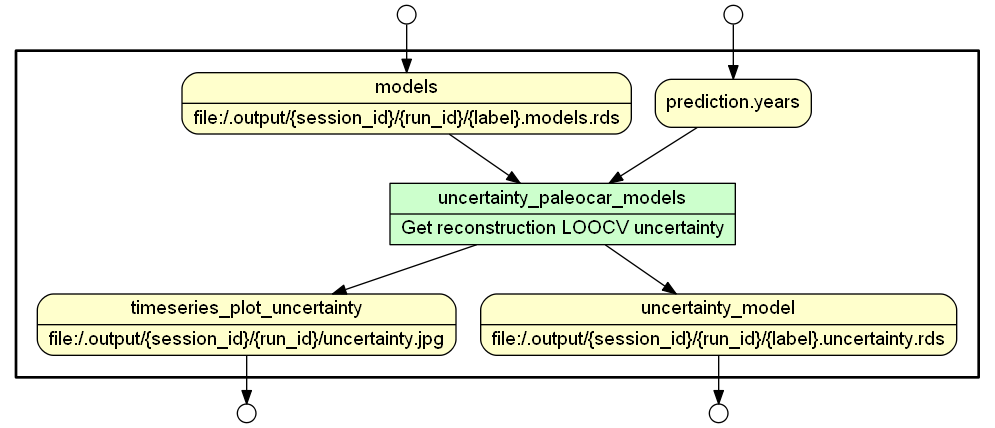
Earlier version of the Graphviz export .prov_scripts/graphs/uncertainty_paleocar_models.png (idaks/wt-prov-Summer-2017). Its source is kept beside it as .prov_scripts/gv_files/uncertainty_paleocar_models.gv.
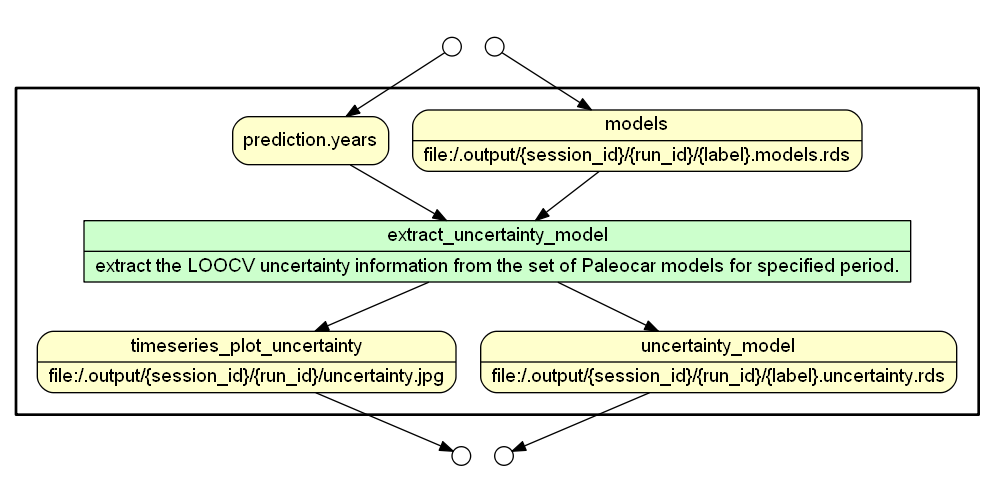
The same diagram one commit later.

What changed in the source:
```diff
@@ -5,24 +5,30 @@
 subgraph cluster_workflow_box_outer { label=""; color=black; penwidth=2
 subgraph cluster_workflow_box_inner { label=""; penwidth=0
 node[shape=box style=filled fillcolor="#CCFFCC" peripheries=1 fontname=Helvetica]
-uncertainty_paleocar_models [shape=record rankdir=LR label="{<f0> uncertainty_paleocar_models |<f1> Get reconstruction LOOCV uncertainty}"];
+extract_uncertainty_model [shape=record rankdir=LR label="{<f0> extract_uncertainty_model |<f1> extract the LOOCV uncertainty information from the set of Paleocar models for specified period.}"];
 node[shape=box style="rounded,filled" fillcolor="#FFFFCC" peripheries=1 fontname=Helvetica]
 timeseries_plot_uncertainty [shape=record rankdir=LR label="{<f0> timeseries_plot_uncertainty |<f1> file\:/.output/\{session_id\}/\{run_id\}/uncertainty.jpg}"];
 uncertainty_model [shape=record rankdir=LR label="{<f0> uncertainty_model |<f1> file\:/.output/\{session_id\}/\{run_id\}/\{label\}.uncertainty.rds}"];
 models [shape=record rankdir=LR label="{<f0> models |<f1> file\:/.output/\{session_id\}/\{run_id\}/\{label\}.models.rds}"];
 "prediction.years"
 node[shape=box style="rounded,filled" fillcolor="#FCFCFC" peripheries=1 fontname=Helvetica]
-uncertainty_paleocar_models -> timeseries_plot_uncertainty
-uncertainty_paleocar_models -> uncertainty_model
-models -> uncertainty_paleocar_models
-"prediction.years" -> uncertainty_paleocar_models
+extract_uncertainty_model -> timeseries_plot_uncertainty
+extract_uncertainty_model -> uncertainty_model
+models -> extract_uncertainty_model
+"prediction.years" -> extract_uncertainty_model
 }}
+subgraph cluster_input_ports_group_outer { label=""; penwidth=0
+subgraph cluster_input_ports_group_inner { label=""; penwidth=0
 node[shape=circle style="rounded,filled" fillcolor="#FFFFFF" peripheries=1 fontname=Helvetica width=0.2]
 models_input_port [label=""]
 "prediction.years_input_port" [label=""]
+}}
+subgraph cluster_output_ports_group_outer { label=""; penwidth=0
+subgraph cluster_output_ports_group_inner { label=""; penwidth=0
 node[shape=circle style="rounded,filled" fillcolor="#FFFFFF" peripheries=1 fontname=Helvetica width=0.2]
 timeseries_plot_uncertainty_output_port [label=""]
 uncertainty_model_output_port [label=""]
+}}
 models_input_port -> models
 "prediction.years_input_port" -> "prediction.years"
 timeseries_plot_uncertainty -> timeseries_plot_uncertainty_output_port
```
